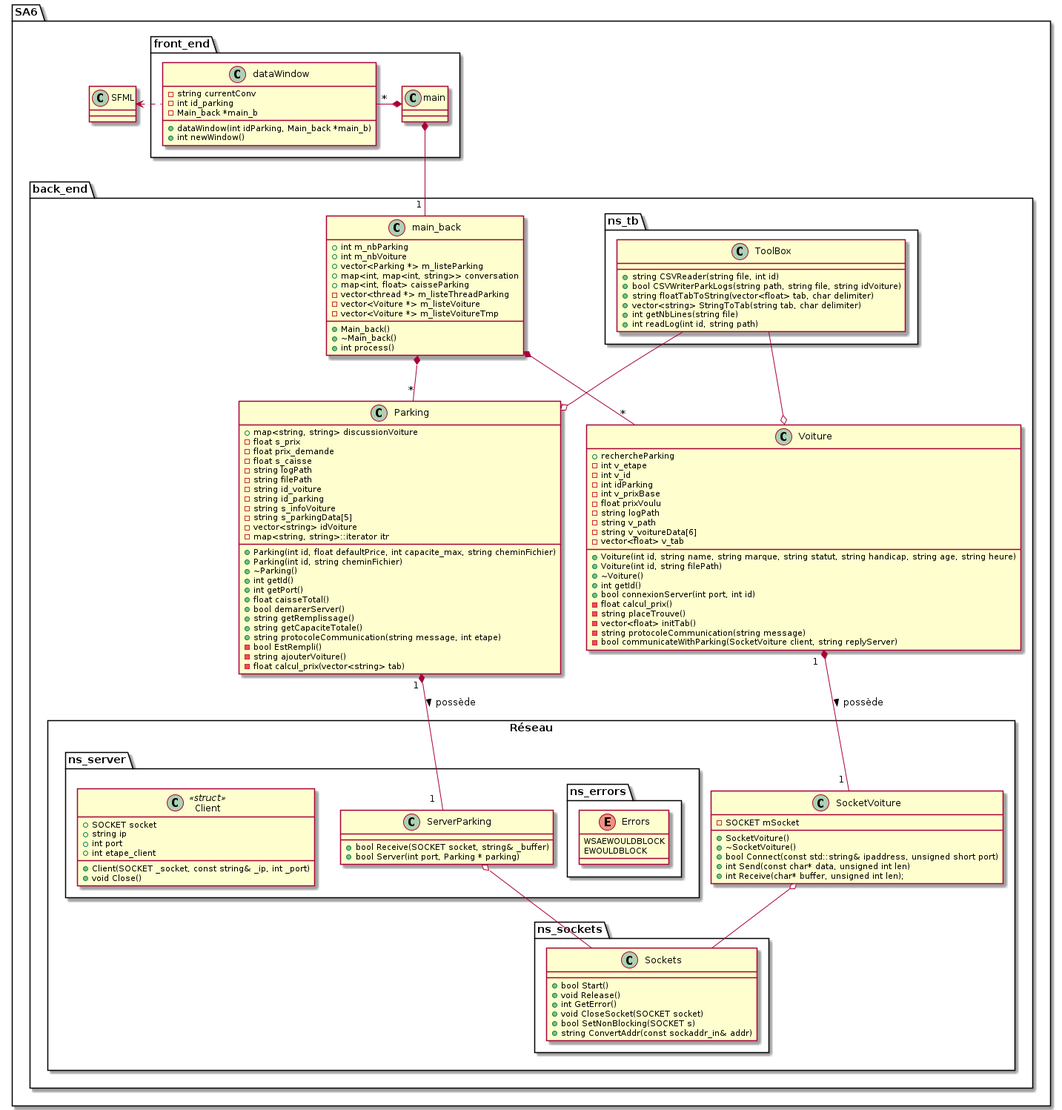
This is SA6/doc/SA6_uml.png from KevinFroissart/SA6_CarPark_AI, a PlantUML export, as it was before one commit.
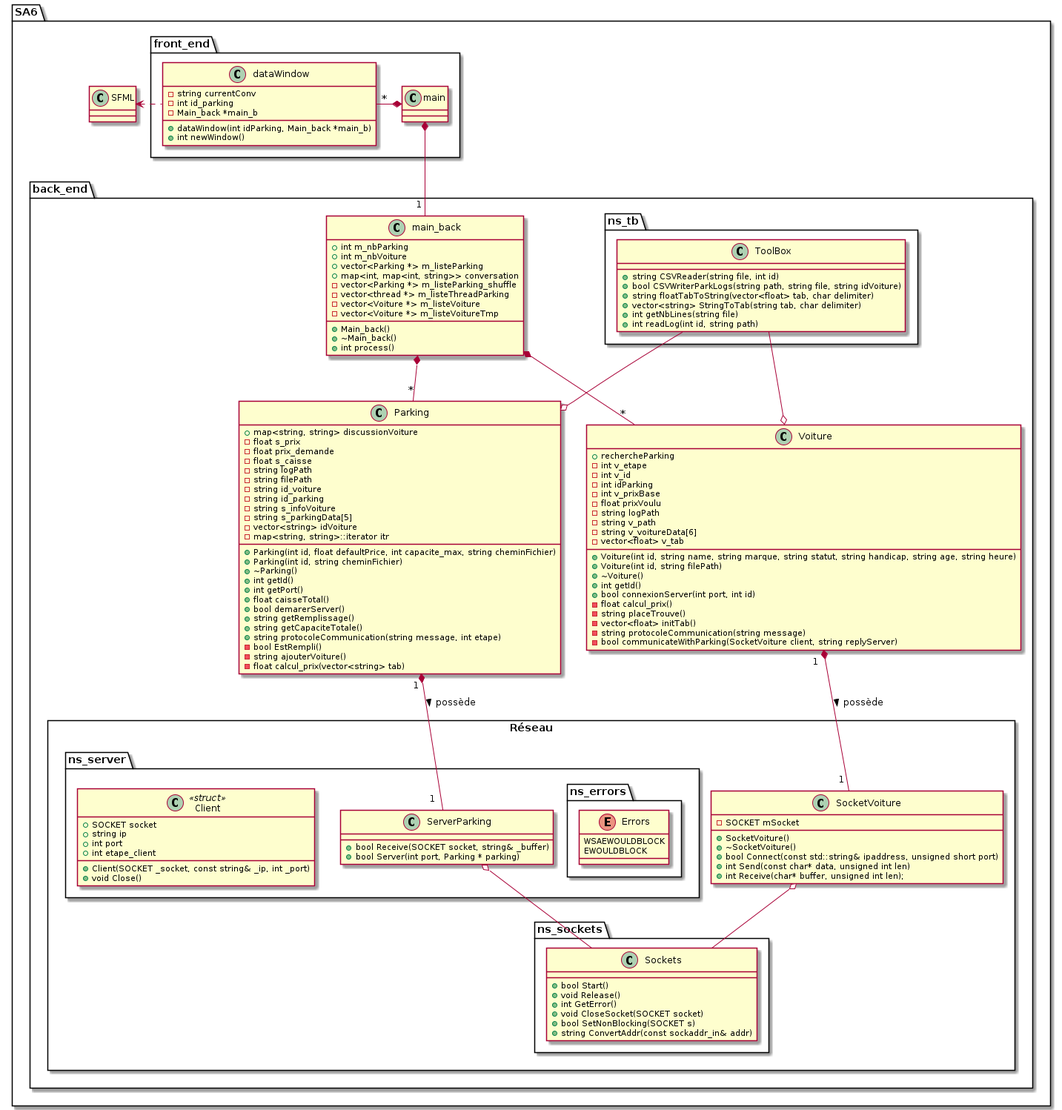
After the change.

Change to the diagram source:
```diff
@@ -23,7 +23,7 @@
             + int m_nbVoiture
             + vector<Parking *> m_listeParking
             + map<int, map<int, string>> conversation
-            + map<int, float> caisseParking
+            - vector<Parking *> m_listeParking_shuffle
             - vector<thread *> m_listeThreadParking
             - vector<Voiture *> m_listeVoiture
             - vector<Voiture *> m_listeVoitureTmp
```
